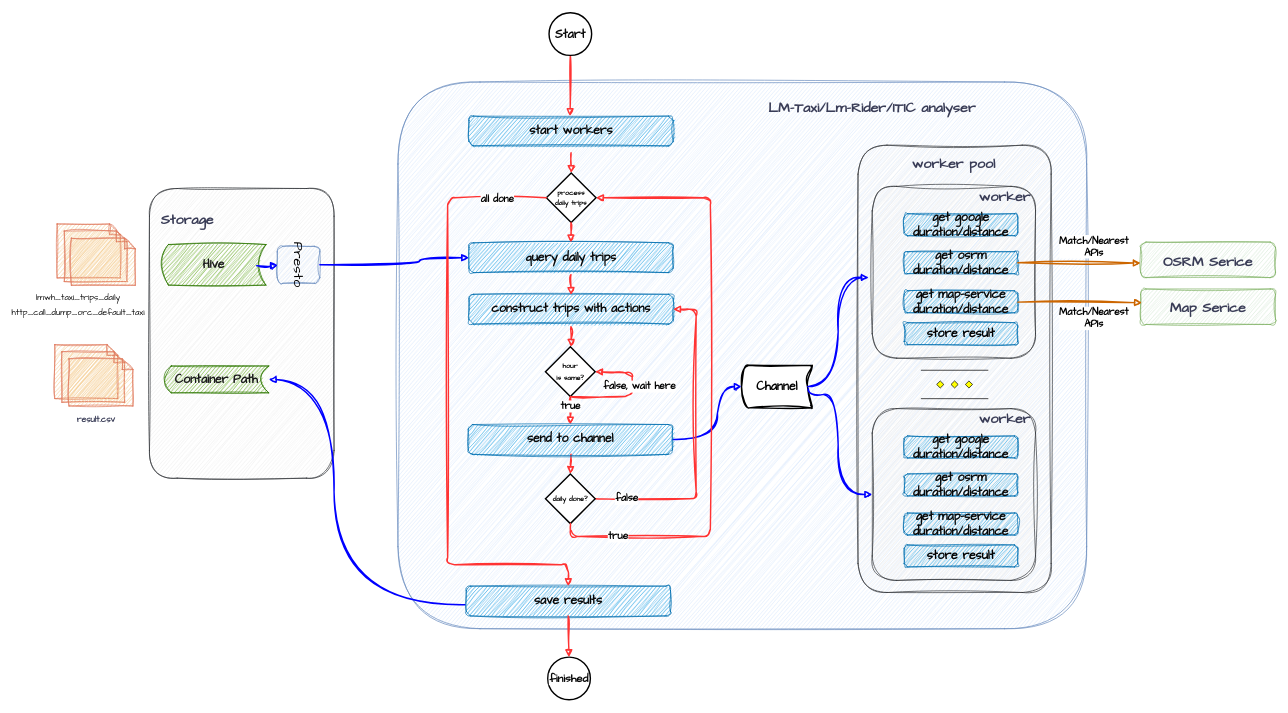
This is page "test" (9 of 9) of MapTracer-Diagram.drawio from fenwuyaoji/learngit, a draw.io file, before an edit. Source tidied: cells renumbered, new cells numbered last; positions are measured from the earlier drawing's top-left corner, leaving out a move shared by most shapes. Both pictures are drawn from the tidied source at 71%, with x=0, y=0 at pixel (36, 12).
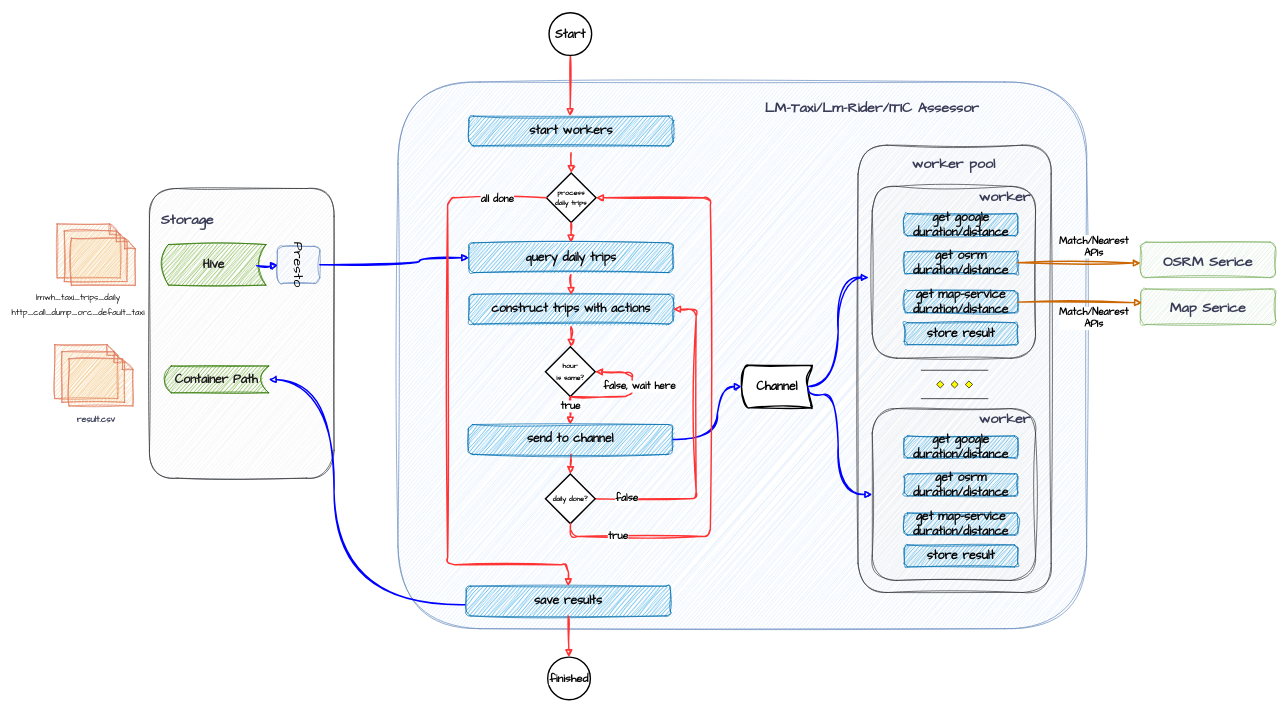
Above is the later version.

The edit, as a diff of the source:
```diff
@@
-    <mxCell id="21" value="&lt;b style=&quot;border-color: var(--border-color);&quot;&gt;LM-Taxi/Lm-Rider/ITIC analyser&lt;/b&gt;" style="text;html=1;strokeColor=none;fillColor=none;align=center;verticalAlign=middle;whiteSpace=wrap;rounded=0;fontSize=20;fontFamily=Architects Daughter;fontColor=#393C56;" parent="1" vertex="1">
+    <mxCell id="21" value="&lt;b style=&quot;border-color: var(--border-color);&quot;&gt;LM-Taxi/Lm-Rider/ITIC Assessor&lt;/b&gt;" style="text;html=1;strokeColor=none;fillColor=none;align=center;verticalAlign=middle;whiteSpace=wrap;rounded=0;fontSize=20;fontFamily=Architects Daughter;fontColor=#393C56;" parent="1" vertex="1">
       <mxGeometry x="1020.8" y="119" width="314" height="30" as="geometry" />
     </mxCell>
```
